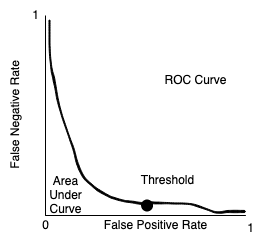
Earlier version of the draw.io export machine_learning/diagrams/ROC.drawio.png (analytiq-hub/sigagent.github.io). Source tidied: cells renumbered, new cells last; positions are measured from the earlier drawing's top-left corner, leaving out a move shared by most shapes. Its diagram source:
```xml
<mxGraphModel>
  <root>
    <mxCell id="0" />
    <mxCell id="1" parent="0" />
    <mxCell id="2" style="endArrow=none;html=1;rounded=0;" parent="1" edge="1">
      <mxGeometry relative="1" as="geometry">
        <mxPoint x="95" y="215" as="sourcePoint" />
        <mxPoint x="295" y="215" as="targetPoint" />
      </mxGeometry>
    </mxCell>
    <mxCell id="3" style="endArrow=none;html=1;rounded=0;" parent="1" edge="1">
      <mxGeometry relative="1" as="geometry">
        <mxPoint x="95" y="215" as="sourcePoint" />
        <mxPoint x="295" y="215" as="targetPoint" />
      </mxGeometry>
    </mxCell>
    <mxCell id="4" value="ROC Curve" style="text;html=1;align=center;verticalAlign=middle;strokeColor=none;fillColor=none;" parent="1" vertex="1">
      <mxGeometry x="200" y="65" width="90" height="30" as="geometry" />
    </mxCell>
    <mxCell id="5" value="False Positive Rate" style="text;html=1;align=center;verticalAlign=middle;strokeColor=none;fillColor=none;" parent="1" vertex="1">
      <mxGeometry x="140" y="210" width="130" height="30" as="geometry" />
    </mxCell>
    <mxCell id="6" value="False Negative Rate" style="text;html=1;align=center;verticalAlign=middle;strokeColor=none;fillColor=none;rotation=270;" parent="1" vertex="1">
      <mxGeometry y="100" width="130" height="30" as="geometry" />
    </mxCell>
    <mxCell id="7" style="endArrow=none;html=1;rounded=0;" parent="1" edge="1">
      <mxGeometry relative="1" as="geometry">
        <mxPoint x="95" y="215" as="sourcePoint" />
        <mxPoint x="295" y="215" as="targetPoint" />
      </mxGeometry>
    </mxCell>
    <mxCell id="8" style="shape=(stored shape, 4168 characters);lineShape=1;" parent="1" vertex="1">
      <mxGeometry x="98.4" y="19.4" width="196.3" height="193.4" as="geometry" />
    </mxCell>
    <mxCell id="9" style="endArrow=none;html=1;rounded=0;" parent="1" edge="1">
      <mxGeometry relative="1" as="geometry">
        <mxPoint x="95" y="215" as="sourcePoint" />
        <mxPoint x="95" y="15" as="targetPoint" />
      </mxGeometry>
    </mxCell>
    <mxCell id="10" value="0" style="text;html=1;align=center;verticalAlign=middle;strokeColor=none;fillColor=none;" parent="1" vertex="1">
      <mxGeometry x="80" y="210" width="30" height="30" as="geometry" />
    </mxCell>
    <mxCell id="11" value="1" style="text;html=1;align=center;verticalAlign=middle;strokeColor=none;fillColor=none;" parent="1" vertex="1">
      <mxGeometry x="285" y="212.8" width="30" height="30" as="geometry" />
    </mxCell>
    <mxCell id="12" value="1" style="text;html=1;align=center;verticalAlign=middle;strokeColor=none;fillColor=none;" parent="1" vertex="1">
      <mxGeometry x="70" width="30" height="30" as="geometry" />
    </mxCell>
    <mxCell id="13" value="&lt;div&gt;Area &lt;br&gt;&lt;/div&gt;&lt;div&gt;Under &lt;br&gt;&lt;/div&gt;&lt;div&gt;Curve&lt;/div&gt;" style="text;html=1;align=center;verticalAlign=middle;strokeColor=none;fillColor=none;" parent="1" vertex="1">
      <mxGeometry x="85" y="165" width="60" height="60" as="geometry" />
    </mxCell>
    <mxCell id="14" style="shape=waypoint;sketch=0;size=6;fillColor=none;perimeter=centerPerimeter;strokeWidth=4;" parent="1" vertex="1">
      <mxGeometry x="176.6" y="185" width="40" height="40" as="geometry" />
    </mxCell>
    <mxCell id="15" value="Threshold" style="text;html=1;align=center;verticalAlign=middle;strokeColor=none;fillColor=none;" parent="1" vertex="1">
      <mxGeometry x="176.6" y="165" width="80" height="30" as="geometry" />
    </mxCell>
  </root>
</mxGraphModel>
```
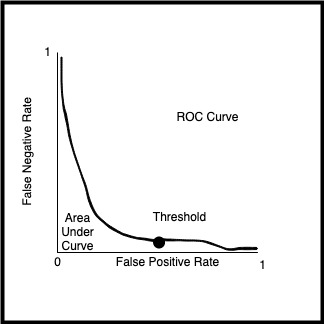
Later version of the same file.

Diff of the diagram source:
```diff
@@ -2,6 +2,9 @@
   <root>
     <mxCell id="0" />
     <mxCell id="1" parent="0" />
+    <mxCell id="16" style="whiteSpace=wrap;html=1;strokeWidth=4;" parent="1" vertex="1">
+      <mxGeometry x="40" y="-35" width="320" height="320" as="geometry" />
+    </mxCell>
     <mxCell id="2" style="endArrow=none;html=1;rounded=0;" parent="1" edge="1">
       <mxGeometry relative="1" as="geometry">
         <mxPoint x="95" y="215" as="sourcePoint" />
```
